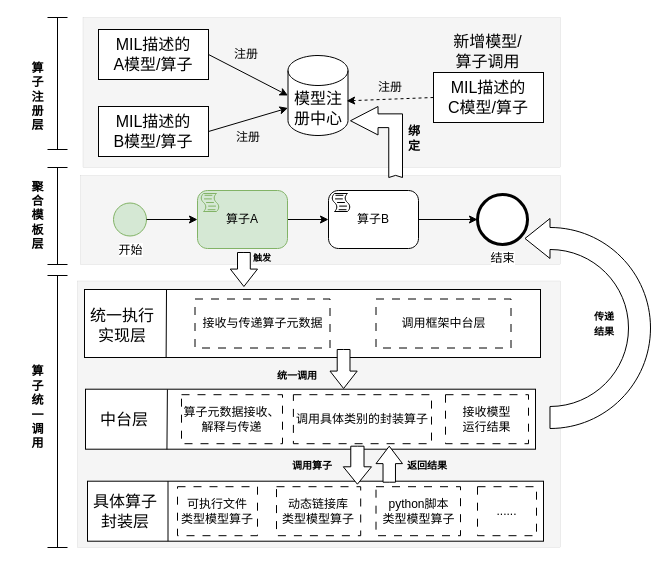
Earlier version of the draw.io diagram page "第 6 页" (6 of 7) of 模型接口语言注册.drawio (liujing-maker/IDEA). Source tidied: cells renumbered, new cells numbered last; positions are measured from the earlier drawing's top-left corner, leaving out a move shared by most shapes. Both pictures are drawn from the tidied source at 100%, with x=0, y=0 at pixel (17, 17).
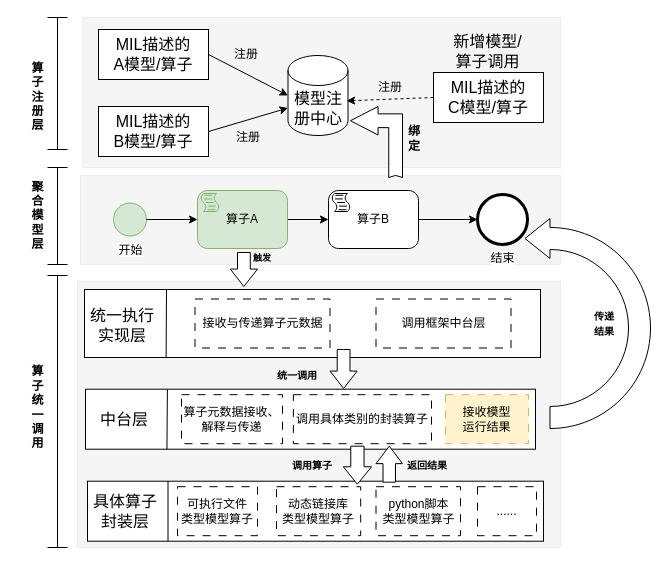
The same diagram, later.

Commit message:
更新模型接口语言注册.drawio

The edit, as a diff of the source:
```diff
@@
-    <mxCell id="31" value="&lt;div&gt;&lt;b&gt;聚&lt;/b&gt;&lt;/div&gt;&lt;div&gt;&lt;b&gt;合&lt;/b&gt;&lt;/div&gt;&lt;div&gt;&lt;b&gt;模&lt;/b&gt;&lt;/div&gt;&lt;div&gt;&lt;b&gt;板&lt;/b&gt;&lt;/div&gt;&lt;div&gt;&lt;b&gt;层&lt;/b&gt;&lt;/div&gt;" style="text;html=1;align=center;verticalAlign=middle;strokeColor=none;fillColor=none;" parent="1" vertex="1">
+    <mxCell id="31" value="&lt;div&gt;&lt;b&gt;聚&lt;/b&gt;&lt;/div&gt;&lt;div&gt;&lt;b&gt;合&lt;/b&gt;&lt;/div&gt;&lt;div&gt;&lt;b&gt;模&lt;/b&gt;&lt;/div&gt;&lt;div&gt;&lt;b&gt;型&lt;/b&gt;&lt;/div&gt;&lt;div&gt;&lt;b&gt;层&lt;/b&gt;&lt;/div&gt;" style="text;html=1;align=center;verticalAlign=middle;strokeColor=none;fillColor=none;" parent="1" vertex="1">
       <mxGeometry y="152.5" width="40" height="90" as="geometry" />
     </mxCell>
@@
-    <mxCell id="55" value="接收模型&lt;div&gt;运行结果&lt;/div&gt;" style="rounded=0;whiteSpace=wrap;html=1;dashed=1;dashPattern=8 8;" parent="1" vertex="1">
+    <mxCell id="55" value="接收模型&lt;div&gt;运行结果&lt;/div&gt;" style="rounded=0;whiteSpace=wrap;html=1;dashed=1;dashPattern=8 8;fillColor=#fff2cc;strokeColor=#d6b656;" parent="1" vertex="1">
       <mxGeometry x="428" y="377.2" width="83" height="49" as="geometry" />
     </mxCell>
```
